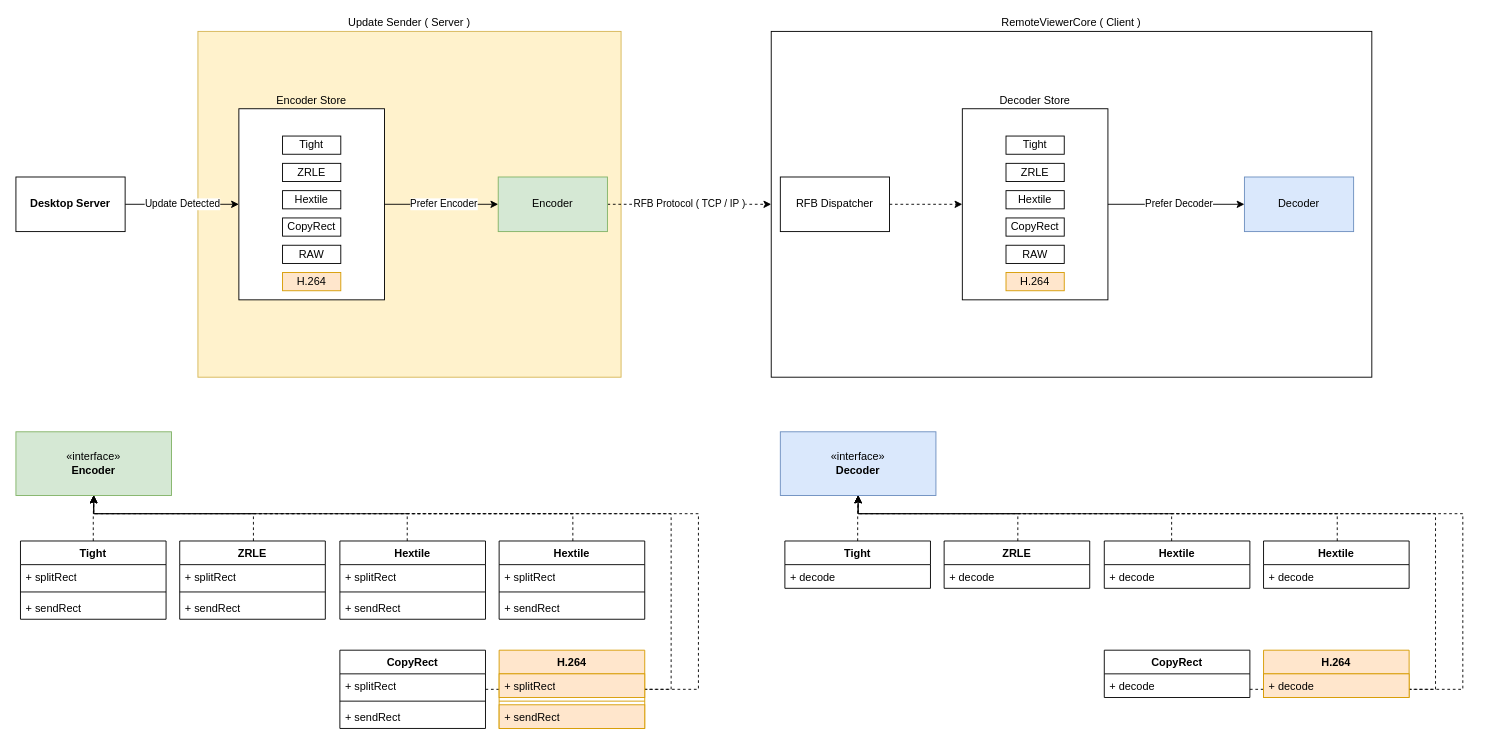
Above: page "Encoder/Decoder" (5 of 8) of UML/mirero/SwRcs/Arch.drawio in rhkdguskim/Study (draw.io), before the change. Source tidied: cells renumbered, new cells numbered last; positions are measured from the earlier drawing's top-left corner, leaving out a move shared by most shapes. Both pictures are drawn from the tidied source at 91%, with x=0, y=0 at pixel (15, 31).
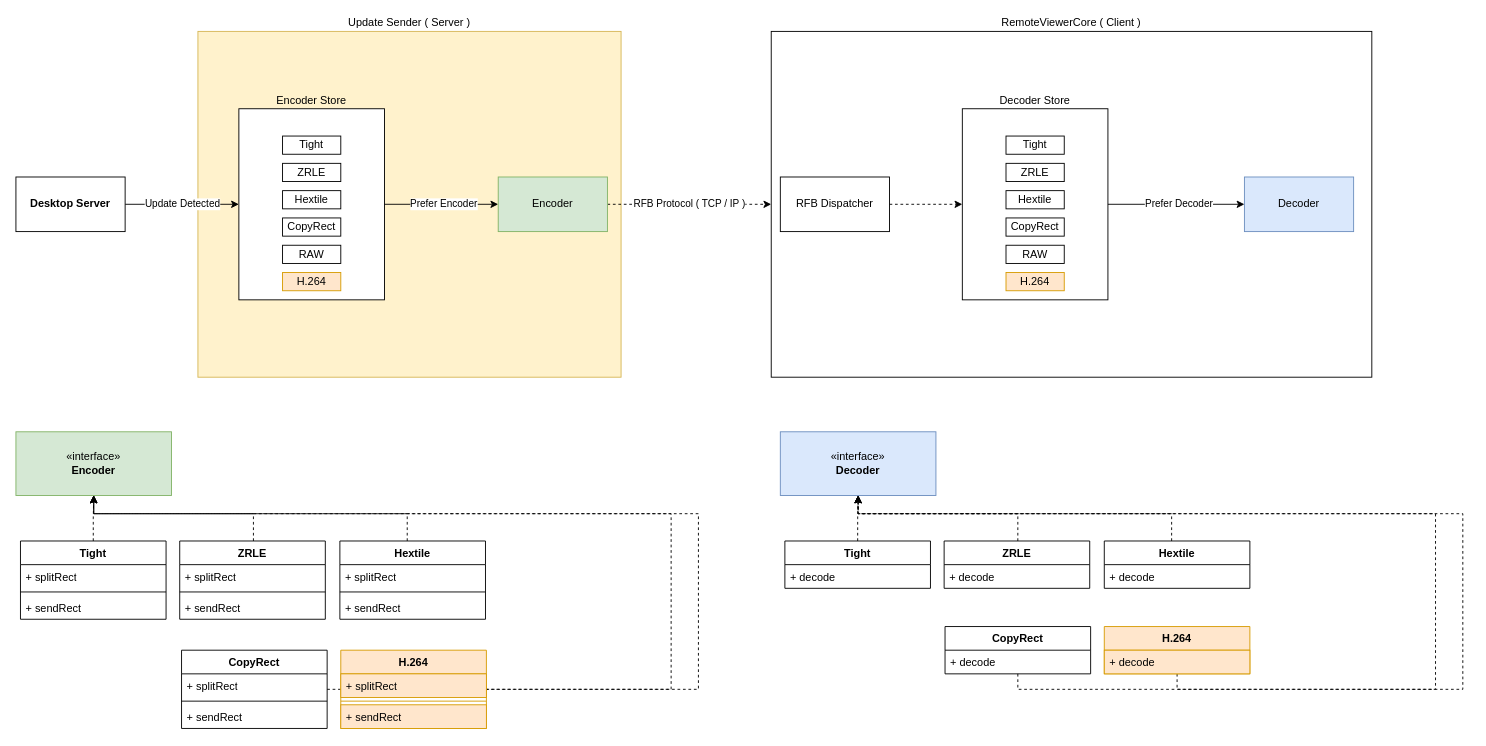
After the change.

The change refers to these unchanged cells:
```xml
<mxCell id="22" value="«interface»&lt;br&gt;&lt;b&gt;Encoder&lt;/b&gt;" style="html=1;whiteSpace=wrap;fillColor=#d5e8d4;strokeColor=#82b366;" parent="1" vertex="1">
  <mxGeometry y="440" width="171" height="70" as="geometry" />
</mxCell>
<mxCell id="65" value="«interface»&lt;br&gt;&lt;b&gt;Decoder&lt;/b&gt;" style="html=1;whiteSpace=wrap;fillColor=#dae8fc;strokeColor=#6c8ebf;" parent="1" vertex="1">
  <mxGeometry x="840" y="440" width="171" height="70" as="geometry" />
</mxCell>
```

Diff of the diagram source:
```diff
@@
-    <mxCell id="33" style="edgeStyle=orthogonalEdgeStyle;rounded=0;jettySize=auto;html=1;entryX=0.5;entryY=1;entryDx=0;entryDy=0;dashed=1;" parent="1" edge="1" source="34" target="22">
-      <mxGeometry relative="1" as="geometry">
-        <Array as="points">
-          <mxPoint x="612" y="530" />
-          <mxPoint x="86" y="530" />
-        </Array>
-      </mxGeometry>
-    </mxCell>
-    <mxCell id="34" value="Hextile" style="swimlane;fontStyle=1;align=center;verticalAlign=top;horizontal=1;startSize=26;whiteSpace=wrap;html=1;" parent="1" vertex="1">
-      <mxGeometry x="531" y="560" width="160" height="86" as="geometry" />
-    </mxCell>
-    <mxCell id="35" value="+ splitRect" style="text;strokeColor=none;fillColor=none;align=left;verticalAlign=top;spacingLeft=4;spacingRight=4;overflow=hidden;whiteSpace=wrap;html=1;" parent="34" vertex="1">
-      <mxGeometry y="26" width="160" height="26" as="geometry" />
-    </mxCell>
-    <mxCell id="36" style="line;strokeWidth=1;fillColor=none;align=left;verticalAlign=middle;spacingTop=-1;spacingLeft=3;spacingRight=3;labelPosition=right;strokeColor=inherit;" parent="34" vertex="1">
-      <mxGeometry y="52" width="160" height="8" as="geometry" />
-    </mxCell>
-    <mxCell id="37" value="+ sendRect" style="text;strokeColor=none;fillColor=none;align=left;verticalAlign=top;spacingLeft=4;spacingRight=4;overflow=hidden;whiteSpace=wrap;html=1;" parent="34" vertex="1">
-      <mxGeometry y="60" width="160" height="26" as="geometry" />
-    </mxCell>
@@
     <mxCell id="39" value="CopyRect" style="swimlane;fontStyle=1;align=center;verticalAlign=top;horizontal=1;startSize=26;whiteSpace=wrap;html=1;" parent="1" vertex="1">
-      <mxGeometry x="356" y="680" width="160" height="86" as="geometry" />
+      <mxGeometry x="182" y="680" width="160" height="86" as="geometry" />
     </mxCell>
@@
     <mxCell id="44" value="H.264" style="swimlane;fontStyle=1;align=center;verticalAlign=top;horizontal=1;startSize=26;whiteSpace=wrap;html=1;fillColor=#ffe6cc;strokeColor=#d79b00;" parent="1" vertex="1">
-      <mxGeometry x="531" y="680" width="160" height="86" as="geometry" />
+      <mxGeometry x="357" y="680" width="160" height="86" as="geometry" />
     </mxCell>
@@
-    <mxCell id="72" style="edgeStyle=orthogonalEdgeStyle;rounded=0;jettySize=auto;html=1;entryX=0.5;entryY=1;entryDx=0;entryDy=0;dashed=1;" parent="1" edge="1" source="73" target="65">
-      <mxGeometry relative="1" as="geometry">
-        <Array as="points">
-          <mxPoint x="1452" y="530" />
-          <mxPoint x="926" y="530" />
-        </Array>
-      </mxGeometry>
-    </mxCell>
-    <mxCell id="73" value="Hextile" style="swimlane;fontStyle=1;align=center;verticalAlign=top;horizontal=1;startSize=26;whiteSpace=wrap;html=1;" parent="1" vertex="1">
-      <mxGeometry x="1371" y="560" width="160" height="52" as="geometry" />
-    </mxCell>
-    <mxCell id="74" value="+ decode" style="text;strokeColor=none;fillColor=none;align=left;verticalAlign=top;spacingLeft=4;spacingRight=4;overflow=hidden;whiteSpace=wrap;html=1;" parent="73" vertex="1">
-      <mxGeometry y="26" width="160" height="26" as="geometry" />
-    </mxCell>
@@
     <mxCell id="76" value="CopyRect" style="swimlane;fontStyle=1;align=center;verticalAlign=top;horizontal=1;startSize=26;whiteSpace=wrap;html=1;" parent="1" vertex="1">
-      <mxGeometry x="1196" y="680" width="160" height="52" as="geometry" />
+      <mxGeometry x="1021" y="654" width="160" height="52" as="geometry" />
     </mxCell>
@@
     <mxCell id="79" value="H.264" style="swimlane;fontStyle=1;align=center;verticalAlign=top;horizontal=1;startSize=26;whiteSpace=wrap;html=1;fillColor=#ffe6cc;strokeColor=#d79b00;" parent="1" vertex="1">
-      <mxGeometry x="1371" y="680" width="160" height="52" as="geometry" />
+      <mxGeometry x="1196" y="654" width="160" height="52" as="geometry" />
     </mxCell>
```
